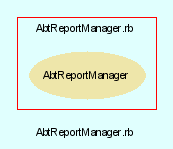
Before: src/trunk/doc/dot/f_6.png, a diagram exported from Graphviz (eschabell/abtlinux). Its source is kept beside it as src/trunk/doc/dot/f_6.dot. Its diagram source:
```dot
digraph TopLevel {
    compound = true
    bgcolor = lightcyan1
    fontname = Arial
    fontsize = 8
    label = "AbtReportManager.rb"
    node [
        fontname = Arial,
        fontsize = 8,
        color = black
    ]

    subgraph cluster_7 {
        fontname = Arial
        color = red
        label = "AbtReportManager.rb"
        AbtReportManager [
            fontcolor = black,
            URL = "classes/AbtReportManager.html",
            shape = ellipse,
            color = palegoldenrod,
            style = filled,
            label = "AbtReportManager"
        ]

    }

}
```
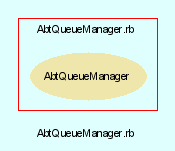
Later version of the same file.

The edit, as a diff of the source:
```diff
@@ -3,24 +3,24 @@
     bgcolor = lightcyan1
     fontname = Arial
     fontsize = 8
-    label = "AbtReportManager.rb"
+    label = "AbtQueueManager.rb"
     node [
         fontname = Arial,
         fontsize = 8,
         color = black
     ]
 
-    subgraph cluster_7 {
+    subgraph cluster_6 {
         fontname = Arial
         color = red
-        label = "AbtReportManager.rb"
-        AbtReportManager [
+        label = "AbtQueueManager.rb"
+        AbtQueueManager [
             fontcolor = black,
-            URL = "classes/AbtReportManager.html",
+            URL = "classes/AbtQueueManager.html",
             shape = ellipse,
             color = palegoldenrod,
             style = filled,
-            label = "AbtReportManager"
+            label = "AbtQueueManager"
         ]
 
     }
```
